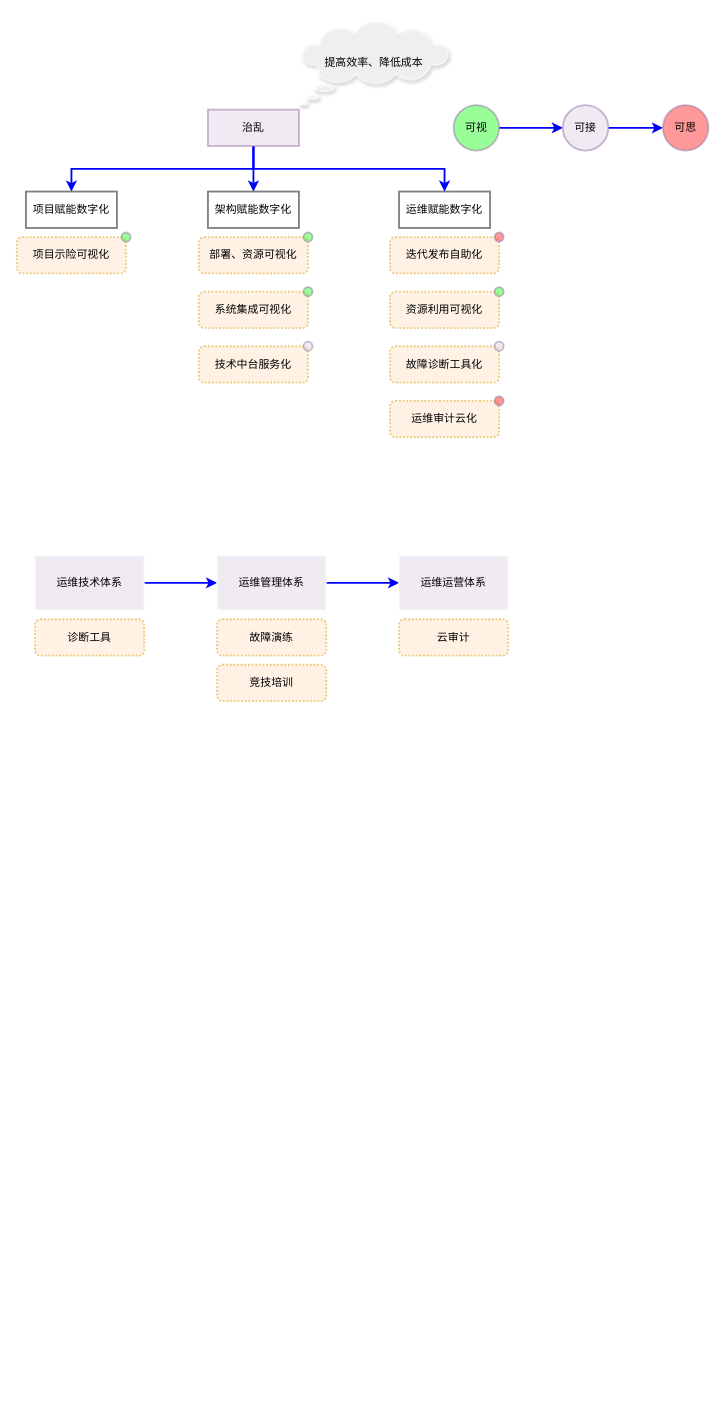
Before: page "第 28 页" (26 of 26) of MQ服务.drawio in chinadragonsjz/project, a draw.io diagram. Source tidied: cells renumbered, new cells numbered last; positions are measured from the earlier drawing's top-left corner, leaving out a move shared by most shapes. Both pictures are drawn from the tidied source at 91%, with x=0, y=0 at pixel (16, 20).
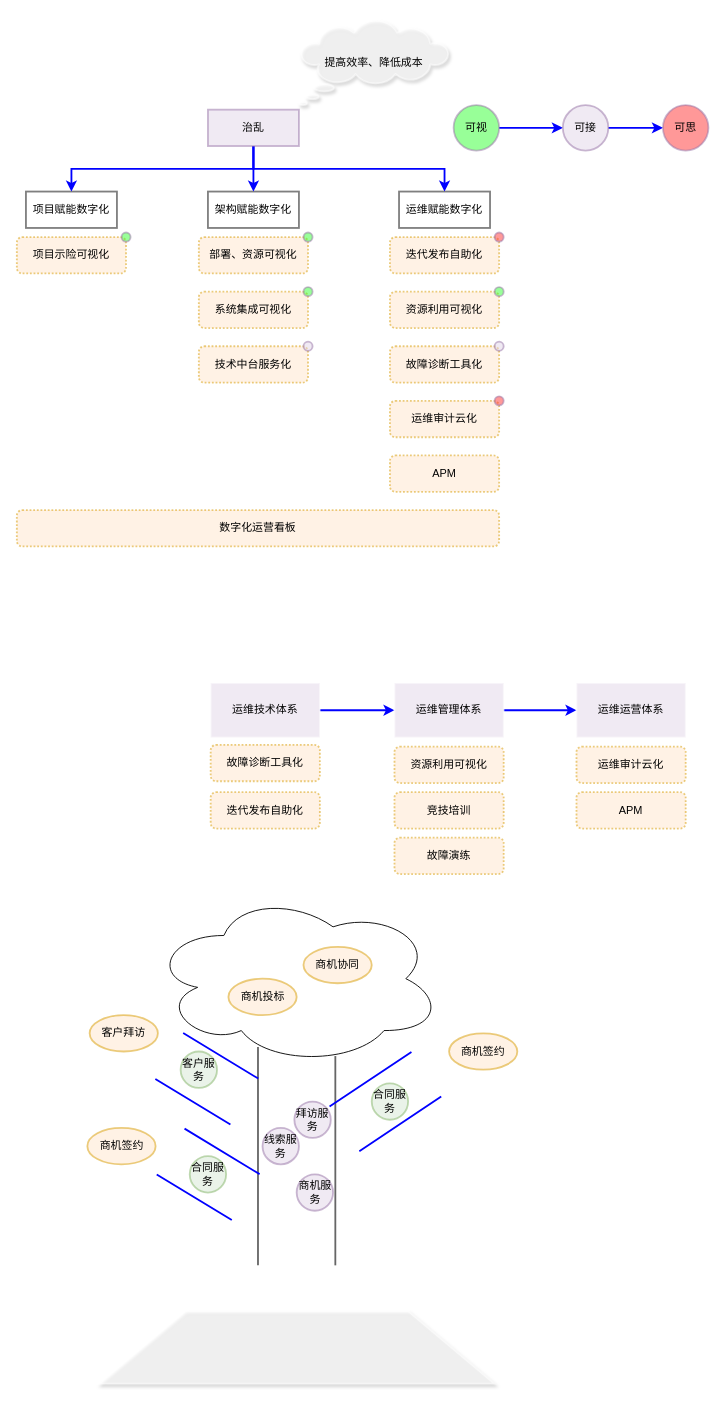
After the change.

Diff of the diagram source:
```diff
@@
     <mxCell id="23" value="运维技术体系" style="rounded=0;whiteSpace=wrap;html=1;strokeColor=#FFFFFF;strokeWidth=2;fillColor=#E1D5E7;gradientColor=none;opacity=50;" parent="1" vertex="1">
-      <mxGeometry x="20" y="588" width="120" height="60" as="geometry" />
+      <mxGeometry x="213" y="728" width="120" height="60" as="geometry" />
     </mxCell>
@@
     <mxCell id="25" value="运维管理体系" style="rounded=0;whiteSpace=wrap;html=1;strokeColor=#FFFFFF;strokeWidth=2;fillColor=#E1D5E7;gradientColor=none;opacity=50;" parent="1" vertex="1">
-      <mxGeometry x="220" y="588" width="120" height="60" as="geometry" />
+      <mxGeometry x="415" y="728" width="120" height="60" as="geometry" />
     </mxCell>
     <mxCell id="26" value="运维运营体系" style="rounded=0;whiteSpace=wrap;html=1;strokeColor=#FFFFFF;strokeWidth=2;fillColor=#E1D5E7;gradientColor=none;opacity=50;" parent="1" vertex="1">
-      <mxGeometry x="420" y="588" width="120" height="60" as="geometry" />
+      <mxGeometry x="615" y="728" width="120" height="60" as="geometry" />
     </mxCell>
-    <mxCell id="27" value="诊断工具" style="rounded=1;whiteSpace=wrap;html=1;dashed=1;dashPattern=1 1;strokeColor=#d79b00;strokeWidth=2;opacity=50;fillColor=#ffe6cc;" parent="1" vertex="1">
-      <mxGeometry x="20" y="658" width="120" height="40" as="geometry" />
-    </mxCell>
     <mxCell id="28" value="故障演练" style="rounded=1;whiteSpace=wrap;html=1;dashed=1;dashPattern=1 1;strokeColor=#d79b00;strokeWidth=2;opacity=50;fillColor=#ffe6cc;" parent="1" vertex="1">
-      <mxGeometry x="220" y="658" width="120" height="40" as="geometry" />
+      <mxGeometry x="415" y="898" width="120" height="40" as="geometry" />
     </mxCell>
-    <mxCell id="29" value="云审计" style="rounded=1;whiteSpace=wrap;html=1;dashed=1;dashPattern=1 1;strokeColor=#d79b00;strokeWidth=2;opacity=50;fillColor=#ffe6cc;" parent="1" vertex="1">
-      <mxGeometry x="420" y="658" width="120" height="40" as="geometry" />
-    </mxCell>
     <mxCell id="30" value="竞技培训" style="rounded=1;whiteSpace=wrap;html=1;dashed=1;dashPattern=1 1;strokeColor=#d79b00;strokeWidth=2;opacity=50;fillColor=#ffe6cc;" parent="1" vertex="1">
-      <mxGeometry x="220" y="708" width="120" height="40" as="geometry" />
+      <mxGeometry x="415" y="848" width="120" height="40" as="geometry" />
     </mxCell>
@@
+    <mxCell id="40" value="迭代发布自助化" style="rounded=1;whiteSpace=wrap;html=1;dashed=1;dashPattern=1 1;strokeColor=#d79b00;strokeWidth=2;opacity=50;fillColor=#ffe6cc;" parent="1" vertex="1">
+      <mxGeometry x="213" y="848" width="120" height="40" as="geometry" />
+    </mxCell>
+    <mxCell id="41" value="故障诊断工具化" style="rounded=1;whiteSpace=wrap;html=1;dashed=1;dashPattern=1 1;strokeColor=#d79b00;strokeWidth=2;opacity=50;fillColor=#ffe6cc;" parent="1" vertex="1">
+      <mxGeometry x="213" y="796" width="120" height="40" as="geometry" />
+    </mxCell>
+    <mxCell id="42" value="资源利用可视化" style="rounded=1;whiteSpace=wrap;html=1;dashed=1;dashPattern=1 1;strokeColor=#d79b00;strokeWidth=2;opacity=50;fillColor=#ffe6cc;" parent="1" vertex="1">
+      <mxGeometry x="415" y="798" width="120" height="40" as="geometry" />
+    </mxCell>
+    <mxCell id="43" value="运维审计云化" style="rounded=1;whiteSpace=wrap;html=1;dashed=1;dashPattern=1 1;strokeColor=#d79b00;strokeWidth=2;opacity=50;fillColor=#ffe6cc;" parent="1" vertex="1">
+      <mxGeometry x="615" y="798" width="120" height="40" as="geometry" />
+    </mxCell>
+    <mxCell id="44" value="APM" style="rounded=1;whiteSpace=wrap;html=1;dashed=1;dashPattern=1 1;strokeColor=#d79b00;strokeWidth=2;opacity=50;fillColor=#ffe6cc;" parent="1" vertex="1">
+      <mxGeometry x="410" y="478" width="120" height="40" as="geometry" />
+    </mxCell>
+    <mxCell id="45" value="APM" style="rounded=1;whiteSpace=wrap;html=1;dashed=1;dashPattern=1 1;strokeColor=#d79b00;strokeWidth=2;opacity=50;fillColor=#ffe6cc;" parent="1" vertex="1">
+      <mxGeometry x="615" y="848" width="120" height="40" as="geometry" />
+    </mxCell>
+    <mxCell id="46" value="数字化运营看板" style="rounded=1;whiteSpace=wrap;html=1;dashed=1;dashPattern=1 1;strokeColor=#d79b00;strokeWidth=2;opacity=50;fillColor=#ffe6cc;" parent="1" vertex="1">
+      <mxGeometry y="538" width="530" height="40" as="geometry" />
+    </mxCell>
+    <mxCell id="47" style="endArrow=none;html=1;strokeColor=#666666;strokeWidth=2;fillColor=#f5f5f5;" parent="1" edge="1">
+      <mxGeometry relative="1" as="geometry">
+        <mxPoint x="265" y="1368" as="sourcePoint" />
+        <mxPoint x="265" y="1128" as="targetPoint" />
+      </mxGeometry>
+    </mxCell>
+    <mxCell id="48" style="endArrow=none;html=1;strokeColor=#666666;strokeWidth=2;fillColor=#f5f5f5;" parent="1" edge="1">
+      <mxGeometry relative="1" as="geometry">
+        <mxPoint x="350" y="1368" as="sourcePoint" />
+        <mxPoint x="350" y="1138" as="targetPoint" />
+      </mxGeometry>
+    </mxCell>
+    <mxCell id="49" style="ellipse;shape=cloud;whiteSpace=wrap;html=1;" parent="1" vertex="1">
+      <mxGeometry x="147.5" y="958" width="320" height="190" as="geometry" />
+    </mxCell>
+    <mxCell id="50" style="shape=trapezoid;perimeter=trapezoidPerimeter;whiteSpace=wrap;html=1;shadow=1;strokeColor=#FFFFFF;strokeWidth=2;fillColor=#FFFFFF;gradientColor=none;opacity=50;size=0.21866666666666668;direction=east;" parent="1" vertex="1">
+      <mxGeometry x="90" y="1418" width="435" height="80" as="geometry" />
+    </mxCell>
+    <mxCell id="51" value="客户拜访" style="ellipse;whiteSpace=wrap;html=1;shadow=0;strokeColor=#d79b00;strokeWidth=2;fillColor=#ffe6cc;opacity=50;" parent="1" vertex="1">
+      <mxGeometry x="80" y="1093" width="75" height="40" as="geometry" />
+    </mxCell>
+    <mxCell id="52" value="商机签约" style="ellipse;whiteSpace=wrap;html=1;shadow=0;strokeColor=#d79b00;strokeWidth=2;fillColor=#ffe6cc;opacity=50;" parent="1" vertex="1">
+      <mxGeometry x="475" y="1113" width="75" height="40" as="geometry" />
+    </mxCell>
+    <mxCell id="53" value="商机投标" style="ellipse;whiteSpace=wrap;html=1;shadow=0;strokeColor=#d79b00;strokeWidth=2;fillColor=#ffe6cc;opacity=50;" parent="1" vertex="1">
+      <mxGeometry x="232.5" y="1053" width="75" height="40" as="geometry" />
+    </mxCell>
+    <mxCell id="54" value="商机服务" style="ellipse;whiteSpace=wrap;html=1;shadow=0;strokeColor=#9673a6;strokeWidth=2;fillColor=#e1d5e7;opacity=50;" parent="1" vertex="1">
+      <mxGeometry x="307.5" y="1268" width="40" height="40" as="geometry" />
+    </mxCell>
+    <mxCell id="55" value="拜访服务" style="ellipse;whiteSpace=wrap;html=1;shadow=0;strokeColor=#9673a6;strokeWidth=2;fillColor=#e1d5e7;opacity=50;" parent="1" vertex="1">
+      <mxGeometry x="305" y="1188" width="40" height="40" as="geometry" />
+    </mxCell>
+    <mxCell id="56" value="线索服务" style="ellipse;whiteSpace=wrap;html=1;shadow=0;strokeColor=#9673a6;strokeWidth=2;fillColor=#e1d5e7;opacity=50;" parent="1" vertex="1">
+      <mxGeometry x="270" y="1217" width="40" height="40" as="geometry" />
+    </mxCell>
+    <mxCell id="57" style="shape=link;html=1;strokeColor=#0000FF;strokeWidth=2;width=58;" parent="1" edge="1">
+      <mxGeometry relative="1" as="geometry">
+        <mxPoint x="360" y="1218" as="sourcePoint" />
+        <mxPoint x="450" y="1158" as="targetPoint" />
+      </mxGeometry>
+    </mxCell>
+    <mxCell id="58" value="合同服务" style="ellipse;whiteSpace=wrap;html=1;shadow=0;strokeColor=#82b366;strokeWidth=2;fillColor=#d5e8d4;opacity=50;" parent="1" vertex="1">
+      <mxGeometry x="390" y="1168" width="40" height="40" as="geometry" />
+    </mxCell>
+    <mxCell id="59" value="商机协同" style="ellipse;whiteSpace=wrap;html=1;shadow=0;strokeColor=#d79b00;strokeWidth=2;fillColor=#ffe6cc;opacity=50;" parent="1" vertex="1">
+      <mxGeometry x="315" y="1018" width="75" height="40" as="geometry" />
+    </mxCell>
+    <mxCell id="60" style="shape=link;html=1;strokeColor=#0000FF;strokeWidth=2;width=58;" parent="1" edge="1">
+      <mxGeometry relative="1" as="geometry">
+        <mxPoint x="250" y="1188" as="sourcePoint" />
+        <mxPoint x="167.5" y="1138" as="targetPoint" />
+      </mxGeometry>
+    </mxCell>
+    <mxCell id="61" value="客户服务" style="ellipse;whiteSpace=wrap;html=1;shadow=0;strokeColor=#82b366;strokeWidth=2;fillColor=#d5e8d4;opacity=50;" parent="1" vertex="1">
+      <mxGeometry x="180" y="1133" width="40" height="40" as="geometry" />
+    </mxCell>
+    <mxCell id="62" value="商机签约" style="ellipse;whiteSpace=wrap;html=1;shadow=0;strokeColor=#d79b00;strokeWidth=2;fillColor=#ffe6cc;opacity=50;" parent="1" vertex="1">
+      <mxGeometry x="77.5" y="1217" width="75" height="40" as="geometry" />
+    </mxCell>
+    <mxCell id="63" style="shape=link;html=1;strokeColor=#0000FF;strokeWidth=2;width=58;" parent="1" edge="1">
+      <mxGeometry relative="1" as="geometry">
+        <mxPoint x="251.5" y="1293" as="sourcePoint" />
+        <mxPoint x="169" y="1243" as="targetPoint" />
+      </mxGeometry>
+    </mxCell>
+    <mxCell id="64" value="合同服务" style="ellipse;whiteSpace=wrap;html=1;shadow=0;strokeColor=#82b366;strokeWidth=2;fillColor=#d5e8d4;opacity=50;" parent="1" vertex="1">
+      <mxGeometry x="190" y="1248" width="40" height="40" as="geometry" />
+    </mxCell>
```
